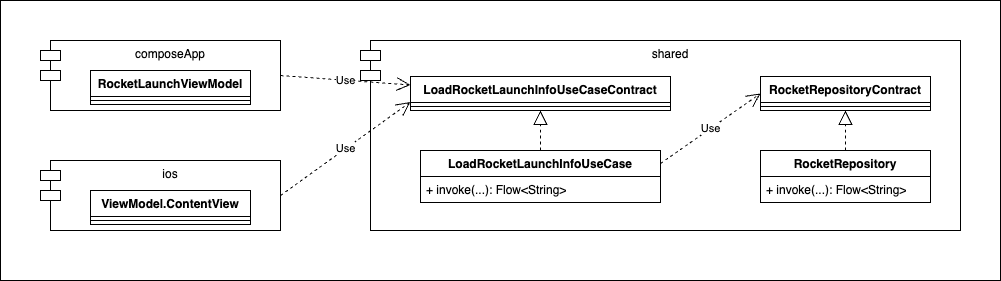
The draw.io diagram KmpTutorial/docs/if_usecase.png in seabat/kmp-tutorial, before a commit. Source tidied: cells renumbered, new cells last; positions are measured from the earlier drawing's top-left corner, leaving out a move shared by most shapes. The source it was exported from:
```xml
<mxGraphModel>
  <root>
    <mxCell id="0" />
    <mxCell id="1" parent="0" />
    <mxCell id="2" style="rounded=0;whiteSpace=wrap;html=1;" parent="1" vertex="1">
      <mxGeometry width="1000" height="280" as="geometry" />
    </mxCell>
    <mxCell id="3" value="composeApp" style="shape=module;align=left;spacingLeft=20;align=center;verticalAlign=top;whiteSpace=wrap;html=1;" parent="1" vertex="1">
      <mxGeometry x="40" y="40" width="240" height="70" as="geometry" />
    </mxCell>
    <mxCell id="4" value="shared" style="shape=module;align=left;spacingLeft=20;align=center;verticalAlign=top;whiteSpace=wrap;html=1;" parent="1" vertex="1">
      <mxGeometry x="360" y="40" width="600" height="190" as="geometry" />
    </mxCell>
    <mxCell id="5" value="ios" style="shape=module;align=left;spacingLeft=20;align=center;verticalAlign=top;whiteSpace=wrap;html=1;" parent="1" vertex="1">
      <mxGeometry x="40" y="160" width="240" height="70" as="geometry" />
    </mxCell>
    <mxCell id="6" value="Use" style="endArrow=open;endSize=12;dashed=1;html=1;rounded=0;exitX=1;exitY=0.5;exitDx=0;exitDy=0;entryX=0;entryY=0.25;entryDx=0;entryDy=0;" parent="1" edge="1" source="3" target="14">
      <mxGeometry relative="1" as="geometry" />
    </mxCell>
    <mxCell id="7" value="Use" style="endArrow=open;endSize=12;dashed=1;html=1;rounded=0;exitX=1;exitY=0.5;exitDx=0;exitDy=0;entryX=0;entryY=0.75;entryDx=0;entryDy=0;" parent="1" edge="1" source="5" target="14">
      <mxGeometry relative="1" as="geometry" />
    </mxCell>
    <mxCell id="8" value="RocketLaunchViewModel" style="swimlane;fontStyle=1;align=center;verticalAlign=top;horizontal=1;startSize=26;whiteSpace=wrap;html=1;" parent="1" vertex="1">
      <mxGeometry x="90" y="70" width="160" height="34" as="geometry" />
    </mxCell>
    <mxCell id="9" style="line;strokeWidth=1;fillColor=none;align=left;verticalAlign=middle;spacingTop=-1;spacingLeft=3;spacingRight=3;labelPosition=right;strokeColor=inherit;" parent="8" vertex="1">
      <mxGeometry y="26" width="160" height="8" as="geometry" />
    </mxCell>
    <mxCell id="10" value="LoadRocketLaunchInfoUseCase" style="swimlane;fontStyle=1;align=center;verticalAlign=top;horizontal=1;startSize=26;whiteSpace=wrap;html=1;" parent="1" vertex="1">
      <mxGeometry x="420" y="150" width="240" height="52" as="geometry" />
    </mxCell>
    <mxCell id="11" value="+ invoke(...): Flow&amp;lt;String&amp;gt;" style="text;strokeColor=none;fillColor=none;align=left;verticalAlign=top;spacingLeft=4;spacingRight=4;overflow=hidden;whiteSpace=wrap;html=1;" parent="10" vertex="1">
      <mxGeometry y="26" width="240" height="26" as="geometry" />
    </mxCell>
    <mxCell id="12" value="ViewModel.ContentView" style="swimlane;fontStyle=1;align=center;verticalAlign=top;horizontal=1;startSize=26;whiteSpace=wrap;html=1;" parent="1" vertex="1">
      <mxGeometry x="90" y="190" width="160" height="34" as="geometry" />
    </mxCell>
    <mxCell id="13" style="line;strokeWidth=1;fillColor=none;align=left;verticalAlign=middle;spacingTop=-1;spacingLeft=3;spacingRight=3;labelPosition=right;strokeColor=inherit;" parent="12" vertex="1">
      <mxGeometry y="26" width="160" height="8" as="geometry" />
    </mxCell>
    <mxCell id="14" value="LoadRocketLaunchInfoUseCaseContract" style="swimlane;fontStyle=1;align=center;verticalAlign=top;horizontal=1;startSize=26;whiteSpace=wrap;html=1;" parent="1" vertex="1">
      <mxGeometry x="410" y="76" width="260" height="34" as="geometry" />
    </mxCell>
    <mxCell id="15" style="line;strokeWidth=1;fillColor=none;align=left;verticalAlign=middle;spacingTop=-1;spacingLeft=3;spacingRight=3;labelPosition=right;strokeColor=inherit;" parent="14" vertex="1">
      <mxGeometry y="26" width="260" height="8" as="geometry" />
    </mxCell>
    <mxCell id="16" style="endArrow=block;dashed=1;endFill=0;endSize=12;html=1;rounded=0;entryX=0.5;entryY=1;entryDx=0;entryDy=0;" parent="1" edge="1" source="10" target="14">
      <mxGeometry relative="1" as="geometry" />
    </mxCell>
    <mxCell id="17" value="RocketRepository" style="swimlane;fontStyle=1;align=center;verticalAlign=top;horizontal=1;startSize=26;whiteSpace=wrap;html=1;" parent="1" vertex="1">
      <mxGeometry x="760" y="150" width="170" height="52" as="geometry" />
    </mxCell>
    <mxCell id="18" value="+ invoke(...): Flow&amp;lt;String&amp;gt;" style="text;strokeColor=none;fillColor=none;align=left;verticalAlign=top;spacingLeft=4;spacingRight=4;overflow=hidden;whiteSpace=wrap;html=1;" parent="17" vertex="1">
      <mxGeometry y="26" width="170" height="26" as="geometry" />
    </mxCell>
    <mxCell id="19" value="RocketRepositoryContract" style="swimlane;fontStyle=1;align=center;verticalAlign=top;horizontal=1;startSize=26;whiteSpace=wrap;html=1;" parent="1" vertex="1">
      <mxGeometry x="760" y="76" width="170" height="34" as="geometry" />
    </mxCell>
    <mxCell id="20" style="line;strokeWidth=1;fillColor=none;align=left;verticalAlign=middle;spacingTop=-1;spacingLeft=3;spacingRight=3;labelPosition=right;strokeColor=inherit;" parent="19" vertex="1">
      <mxGeometry y="26" width="170" height="8" as="geometry" />
    </mxCell>
    <mxCell id="21" style="endArrow=block;dashed=1;endFill=0;endSize=12;html=1;rounded=0;entryX=0.5;entryY=1;entryDx=0;entryDy=0;" parent="1" edge="1" source="17" target="19">
      <mxGeometry relative="1" as="geometry" />
    </mxCell>
    <mxCell id="22" value="Use" style="endArrow=open;endSize=12;dashed=1;html=1;rounded=0;exitX=1;exitY=0.25;exitDx=0;exitDy=0;entryX=0;entryY=0.5;entryDx=0;entryDy=0;" parent="1" edge="1" source="10" target="19">
      <mxGeometry relative="1" as="geometry" />
    </mxCell>
  </root>
</mxGraphModel>
```
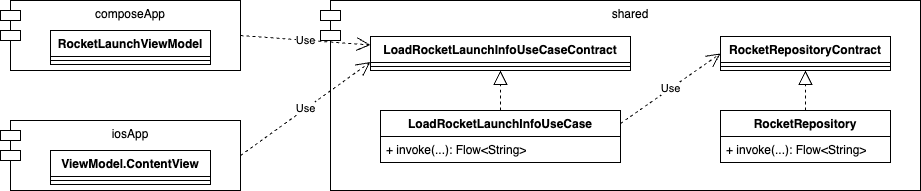
The same file after the commit.

Change to the diagram source:
```diff
@@ -2,16 +2,13 @@
   <root>
     <mxCell id="0" />
     <mxCell id="1" parent="0" />
-    <mxCell id="2" style="rounded=0;whiteSpace=wrap;html=1;" parent="1" vertex="1">
-      <mxGeometry width="1000" height="280" as="geometry" />
-    </mxCell>
     <mxCell id="3" value="composeApp" style="shape=module;align=left;spacingLeft=20;align=center;verticalAlign=top;whiteSpace=wrap;html=1;" parent="1" vertex="1">
       <mxGeometry x="40" y="40" width="240" height="70" as="geometry" />
     </mxCell>
     <mxCell id="4" value="shared" style="shape=module;align=left;spacingLeft=20;align=center;verticalAlign=top;whiteSpace=wrap;html=1;" parent="1" vertex="1">
       <mxGeometry x="360" y="40" width="600" height="190" as="geometry" />
     </mxCell>
-    <mxCell id="5" value="ios" style="shape=module;align=left;spacingLeft=20;align=center;verticalAlign=top;whiteSpace=wrap;html=1;" parent="1" vertex="1">
+    <mxCell id="5" value="iosApp" style="shape=module;align=left;spacingLeft=20;align=center;verticalAlign=top;whiteSpace=wrap;html=1;" parent="1" vertex="1">
       <mxGeometry x="40" y="160" width="240" height="70" as="geometry" />
     </mxCell>
     <mxCell id="6" value="Use" style="endArrow=open;endSize=12;dashed=1;html=1;rounded=0;exitX=1;exitY=0.5;exitDx=0;exitDy=0;entryX=0;entryY=0.25;entryDx=0;entryDy=0;" parent="1" edge="1" source="3" target="14">
```
